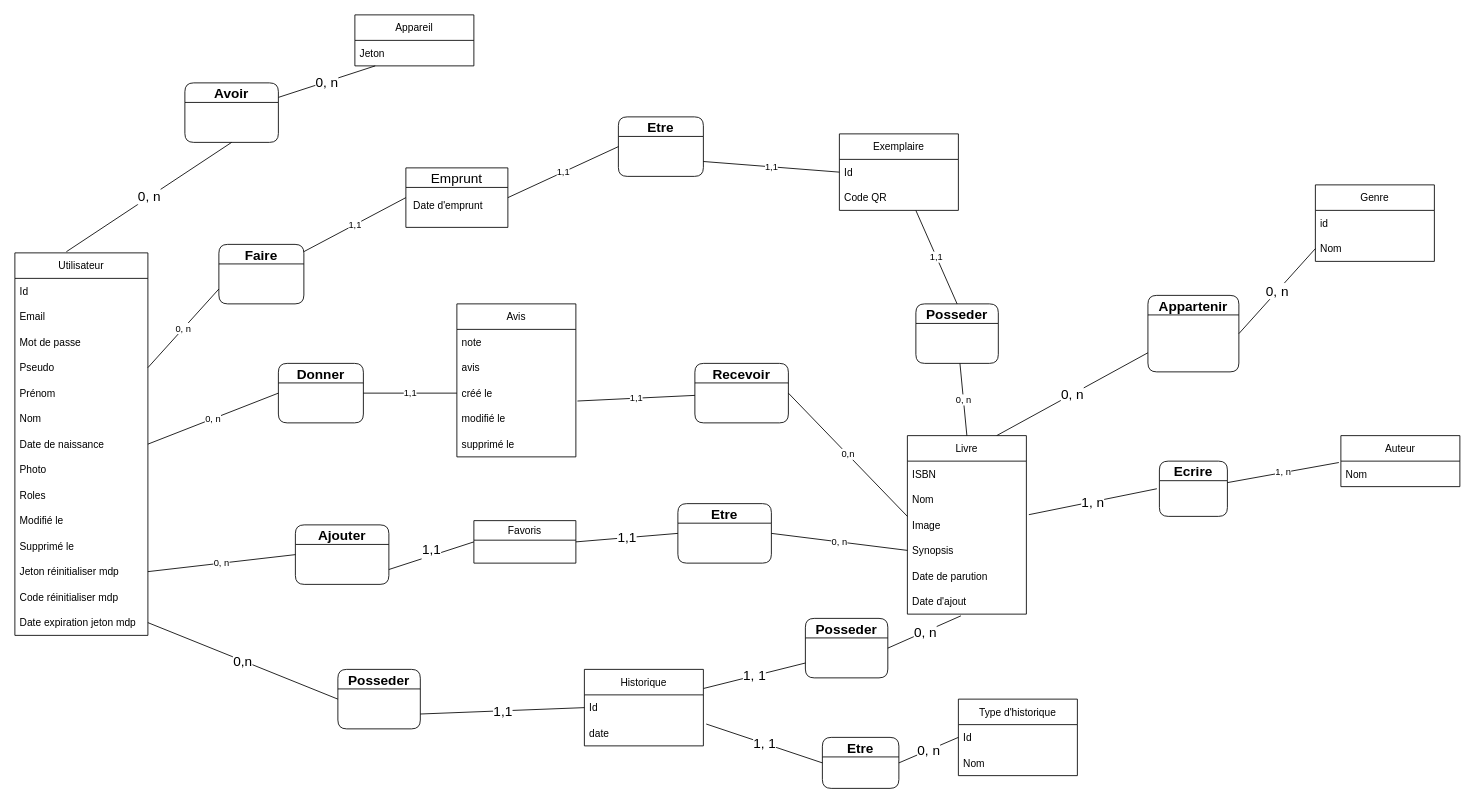
Above: MCD_Deepkit.drawio in alexandre-scalisi/DeepkitMCD (draw.io), before the change. Source tidied: cells renumbered, new cells numbered last; positions are measured from the earlier drawing's top-left corner, leaving out a move shared by most shapes. Both pictures are drawn from the tidied source at 85%, with x=0, y=0 at pixel (14, 14).
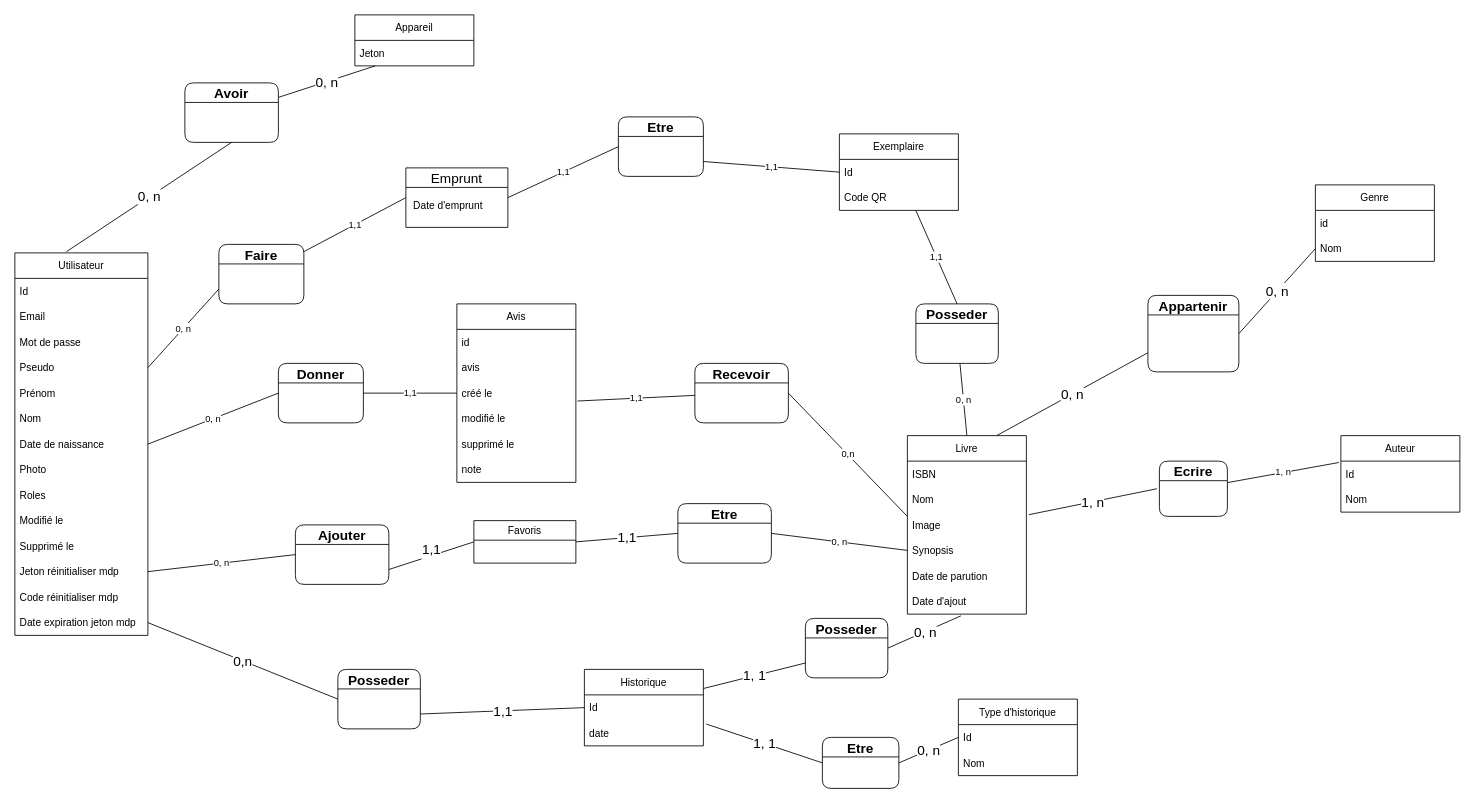
Above is the later version.

Commit message:
Mettre à jour MCD_Deepkit.drawio

Diff of the diagram source:
```diff
@@
     <mxCell id="56" value="Avis" style="swimlane;fontStyle=0;horizontal=1;startSize=30;rounded=0;fontSize=12;fontColor=default;" parent="1" vertex="1">
-      <mxGeometry x="520" y="340" width="140" height="180" as="geometry" />
+      <mxGeometry x="520" y="340" width="140" height="210" as="geometry" />
     </mxCell>
-    <mxCell id="57" value="note" style="text;strokeColor=none;fillColor=none;align=left;verticalAlign=middle;spacingLeft=4;spacingRight=4;overflow=hidden;" parent="56" vertex="1">
+    <mxCell id="57" value="id" style="text;strokeColor=none;fillColor=none;align=left;verticalAlign=middle;spacingLeft=4;spacingRight=4;overflow=hidden;" parent="56" vertex="1">
       <mxGeometry y="30" width="140" height="30" as="geometry" />
     </mxCell>
@@
+    <mxCell id="89" value="note" style="text;strokeColor=none;fillColor=none;align=left;verticalAlign=middle;spacingLeft=4;spacingRight=4;overflow=hidden;" parent="56" vertex="1">
+      <mxGeometry y="180" width="140" height="30" as="geometry" />
+    </mxCell>
     <mxCell id="62" value="Auteur" style="swimlane;fontStyle=0;horizontal=1;startSize=30;" parent="1" vertex="1">
-      <mxGeometry x="1560" y="495" width="140" height="60" as="geometry" />
+      <mxGeometry x="1560" y="495" width="140" height="90" as="geometry" />
     </mxCell>
-    <mxCell id="63" value="Nom" style="text;strokeColor=none;fillColor=none;align=left;verticalAlign=middle;spacingLeft=4;spacingRight=4;overflow=hidden;points=[[0,0.5],[1,0.5]];portConstraint=eastwest;" parent="62" vertex="1">
+    <mxCell id="63" value="Id" style="text;strokeColor=none;fillColor=none;align=left;verticalAlign=middle;spacingLeft=4;spacingRight=4;overflow=hidden;points=[[0,0.5],[1,0.5]];portConstraint=eastwest;" parent="62" vertex="1">
       <mxGeometry y="30" width="140" height="30" as="geometry" />
     </mxCell>
+    <mxCell id="90" value="Nom" style="text;strokeColor=none;fillColor=none;align=left;verticalAlign=middle;spacingLeft=4;spacingRight=4;overflow=hidden;" parent="62" vertex="1">
+      <mxGeometry y="60" width="140" height="30" as="geometry" />
+    </mxCell>
```
